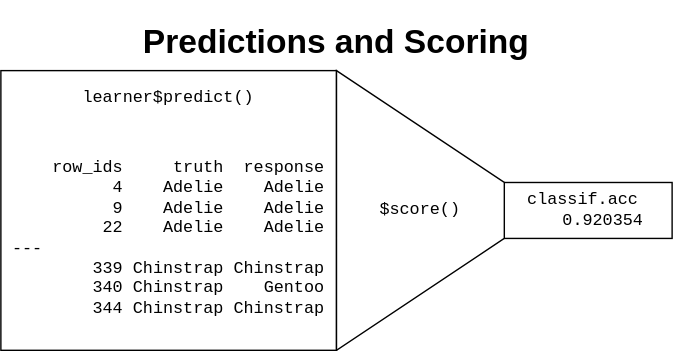
Earlier version of the draw.io export book/Figures/predict-score-single.drawio.svg (mlr-org/mlr3book). Source tidied: cells renumbered, new cells last; positions are measured from the earlier drawing's top-left corner, leaving out a move shared by most shapes.
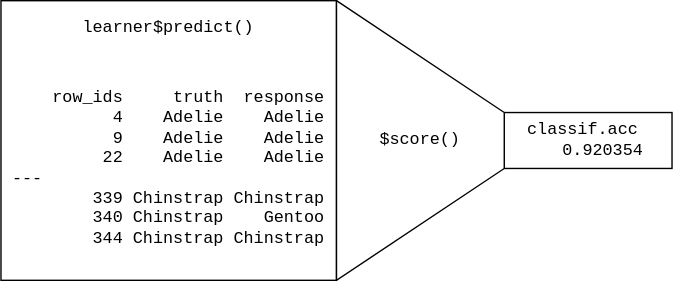
The same file after the commit.

Change to the diagram source:
```diff
@@ -20,8 +20,5 @@
     <mxCell id="7" value="&lt;pre style=&quot;border-color: var(--border-color);&quot;&gt;&amp;nbsp; &amp;nbsp; row_ids&amp;nbsp; &amp;nbsp; &amp;nbsp;truth&amp;nbsp; response&lt;br&gt;&amp;nbsp; &amp;nbsp; &amp;nbsp; &amp;nbsp; &amp;nbsp; 4&amp;nbsp; &amp;nbsp; Adelie&amp;nbsp; &amp;nbsp; Adelie&lt;br&gt;&amp;nbsp; &amp;nbsp; &amp;nbsp; &amp;nbsp; &amp;nbsp; 9&amp;nbsp; &amp;nbsp; Adelie&amp;nbsp; &amp;nbsp; Adelie&lt;br&gt;&amp;nbsp; &amp;nbsp; &amp;nbsp; &amp;nbsp; &amp;nbsp;22&amp;nbsp; &amp;nbsp; Adelie&amp;nbsp; &amp;nbsp; Adelie&lt;br&gt;---&amp;nbsp; &amp;nbsp; &amp;nbsp; &amp;nbsp; &amp;nbsp; &amp;nbsp; &amp;nbsp; &amp;nbsp; &amp;nbsp; &amp;nbsp; &amp;nbsp; &amp;nbsp; &amp;nbsp; &amp;nbsp;&amp;nbsp;&lt;br&gt;&amp;nbsp; &amp;nbsp; &amp;nbsp; &amp;nbsp; 339 Chinstrap Chinstrap&lt;br&gt;&amp;nbsp; &amp;nbsp; &amp;nbsp; &amp;nbsp; 340 Chinstrap&amp;nbsp; &amp;nbsp; Gentoo&lt;br&gt;&amp;nbsp; &amp;nbsp; &amp;nbsp; &amp;nbsp; 344 Chinstrap Chinstrap&lt;/pre&gt;" style="text;html=1;strokeColor=none;fillColor=none;align=center;verticalAlign=middle;whiteSpace=wrap;rounded=0;" parent="1" vertex="1">
       <mxGeometry y="80" width="240" height="160" as="geometry" />
     </mxCell>
-    <mxCell id="8" value="&lt;h1&gt;Predictions and Scoring&lt;/h1&gt;" style="text;html=1;strokeColor=none;fillColor=none;spacing=5;spacingTop=-20;whiteSpace=wrap;overflow=hidden;rounded=0;align=center;" parent="1" vertex="1">
-      <mxGeometry width="480" height="40" as="geometry" />
-    </mxCell>
   </root>
 </mxGraphModel>
```
